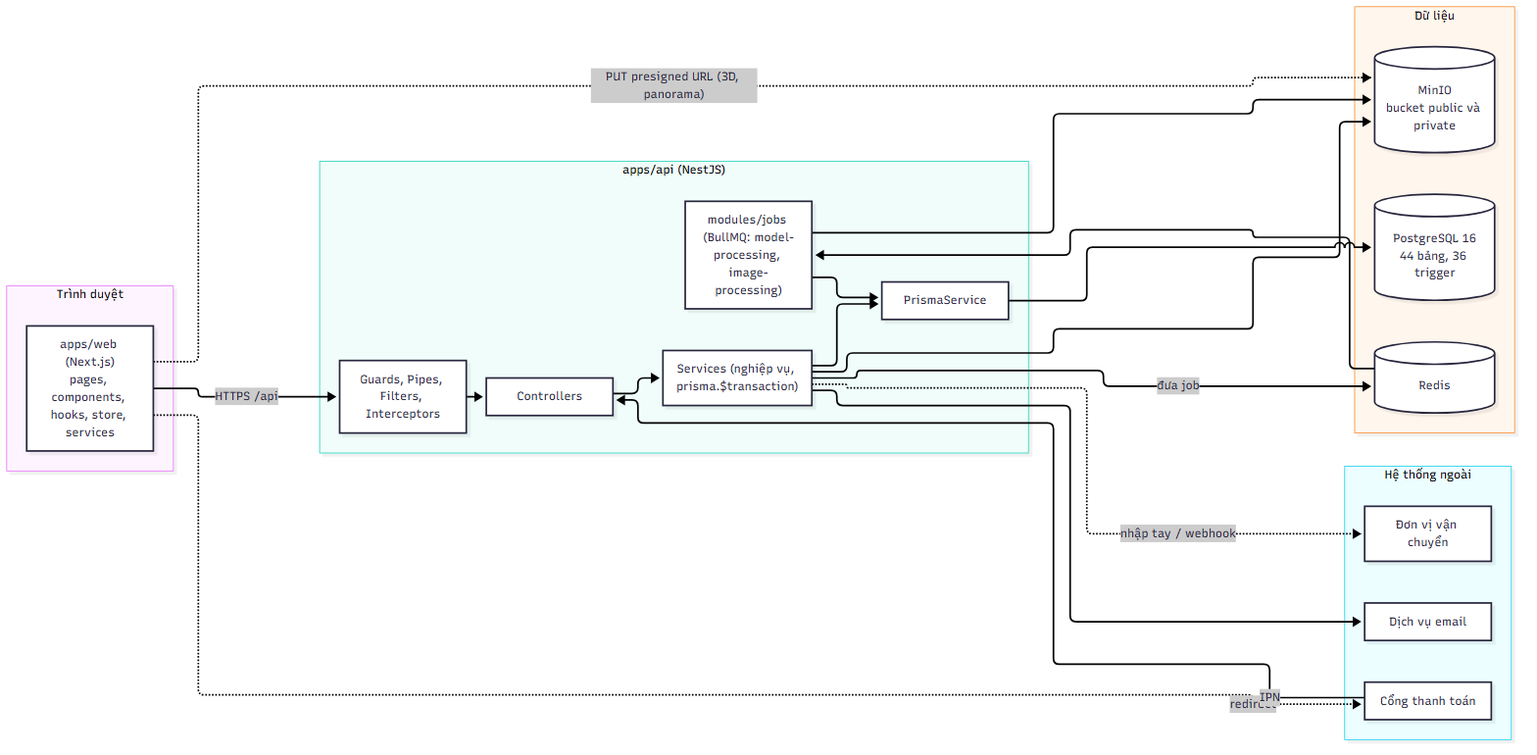
2431540234-arch/XDUDTMDT keeps this Mermaid diagram as docs/diagrams/png/architecture_kien-truc-he-thong.png. Above is the earlier version. Its source is kept beside it as docs/diagrams/src/architecture_kien-truc-he-thong.mmd.
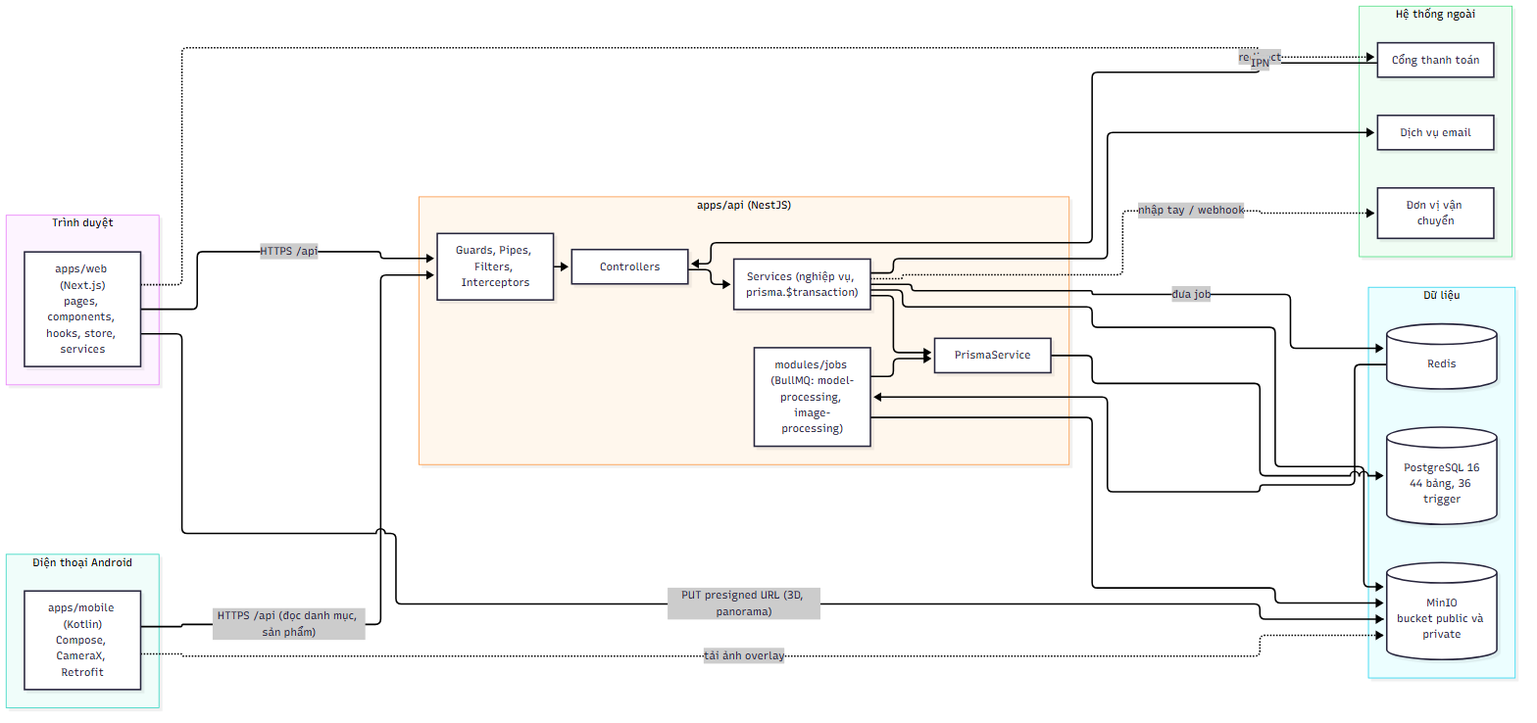
After the change.

What changed in the source:
```diff
@@ -1,6 +1,9 @@
 flowchart LR
     subgraph Client["Trình duyệt"]
         WEB["apps/web (Next.js)<br>pages, components, hooks, store, services"]
+    end
+    subgraph Phone["Điện thoại Android"]
+        APP["apps/mobile (Kotlin)<br>Compose, CameraX, Retrofit"]
     end
     subgraph API["apps/api (NestJS)"]
         GUARD["Guards, Pipes, Filters, Interceptors"]
@@ -20,6 +23,8 @@
         SMTP["Dịch vụ email"]
     end
     WEB -- "HTTPS /api" --> GUARD --> CTRL --> SVC --> PRISMA --> PG
+    APP -- "HTTPS /api (đọc danh mục, sản phẩm)" --> GUARD
+    APP -. "tải ảnh overlay" .-> S3
     SVC -- "đưa job" --> RD
     RD --> JOBS
     JOBS --> S3
```
